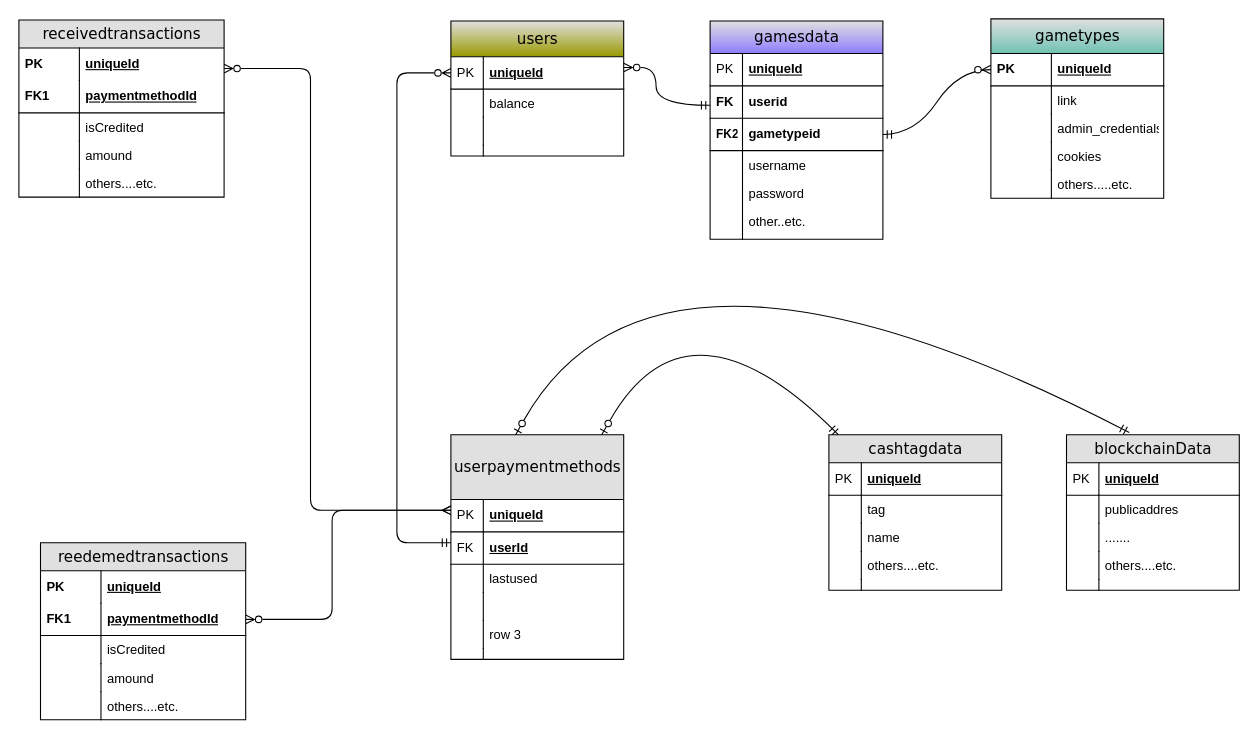
The draw.io diagram page "Page-1" (1 of 2) of Untitled Diagram.drawio in w0aw/diagrams, before the edit. Source tidied: cells renumbered, new cells numbered last; positions are measured from the earlier drawing's top-left corner, leaving out a move shared by most shapes. Both pictures are drawn from the tidied source at 108%, with x=0, y=0 at pixel (18, 18).
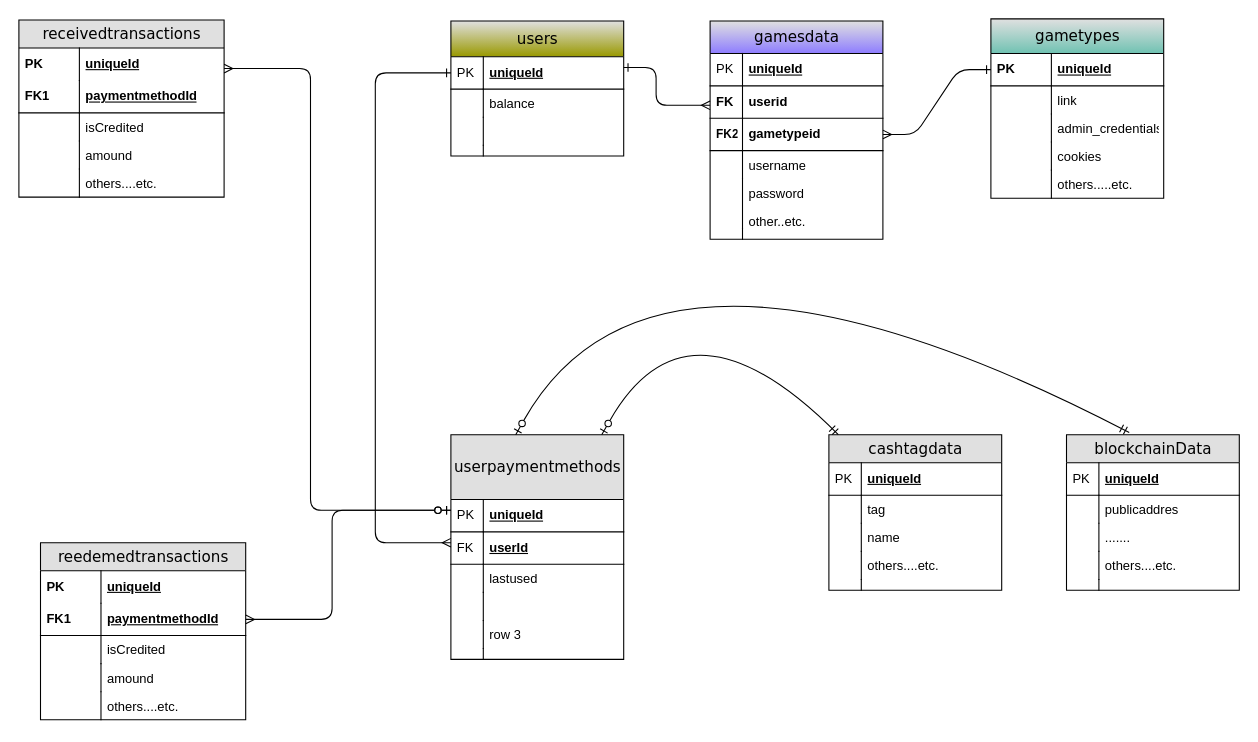
Above is the later version.

Unchanged cells that the change refers to:
```xml
<mxCell id="3" value="uniqueId" style="shape=partialRectangle;top=0;left=0;right=0;bottom=0;html=1;align=left;verticalAlign=middle;fillColor=none;spacingLeft=60;spacingRight=4;whiteSpace=wrap;overflow=hidden;points=[[0,0.5],[1,0.5]];portConstraint=eastwest;fontStyle=5;" parent="2" vertex="1">
  <mxGeometry y="26" width="190" height="30" as="geometry" />
</mxCell>
<mxCell id="13" value="users" style="swimlane;html=1;fontStyle=0;horizontal=1;startSize=33;fillColor=#e0e0e0;swimlaneFillColor=#ffffff;align=center;rounded=0;shadow=0;comic=0;labelBackgroundColor=none;strokeWidth=1;fontFamily=Verdana;fontSize=14;swimlaneLine=1;gradientColor=#999900;" parent="1" vertex="1">
  <mxGeometry x="400" y="2" width="160" height="125" as="geometry" />
</mxCell>
<mxCell id="14" value="uniqueId" style="shape=partialRectangle;top=0;left=0;right=0;bottom=1;html=1;align=left;verticalAlign=middle;fillColor=none;spacingLeft=34;spacingRight=4;whiteSpace=wrap;overflow=hidden;points=[[0,0.5],[1,0.5]];portConstraint=eastwest;fontStyle=5;" parent="13" vertex="1">
  <mxGeometry y="33" width="160" height="30" as="geometry" />
</mxCell>
<mxCell id="23" value="uniqueId" style="shape=partialRectangle;top=0;left=0;right=0;bottom=1;html=1;align=left;verticalAlign=middle;fillColor=none;spacingLeft=34;spacingRight=4;whiteSpace=wrap;overflow=hidden;points=[[0,0.5],[1,0.5]];portConstraint=eastwest;fontStyle=5;" parent="22" vertex="1">
  <mxGeometry y="60" width="160" height="30" as="geometry" />
</mxCell>
<mxCell id="25" value="userId" style="shape=partialRectangle;top=0;left=0;right=0;bottom=1;html=1;align=left;verticalAlign=middle;fillColor=none;spacingLeft=34;spacingRight=4;whiteSpace=wrap;overflow=hidden;points=[[0,0.5],[1,0.5]];portConstraint=eastwest;fontStyle=5;" parent="22" vertex="1">
  <mxGeometry y="90" width="160" height="30" as="geometry" />
</mxCell>
<mxCell id="38" value="userid" style="shape=partialRectangle;top=0;left=0;right=0;bottom=1;html=1;align=left;verticalAlign=middle;fillColor=none;spacingLeft=34;spacingRight=4;whiteSpace=wrap;overflow=hidden;points=[[0,0.5],[1,0.5]];portConstraint=eastwest;fontStyle=1;" parent="35" vertex="1">
  <mxGeometry y="60" width="160" height="30" as="geometry" />
</mxCell>
<mxCell id="40" value="gametypeid" style="shape=partialRectangle;top=0;left=0;right=0;bottom=1;html=1;align=left;verticalAlign=middle;fillColor=none;spacingLeft=34;spacingRight=4;whiteSpace=wrap;overflow=hidden;points=[[0,0.5],[1,0.5]];portConstraint=eastwest;fontStyle=1;" parent="35" vertex="1">
  <mxGeometry y="90" width="160" height="30" as="geometry" />
</mxCell>
<mxCell id="51" value="uniqueId" style="shape=partialRectangle;top=0;left=0;right=0;bottom=1;html=1;align=left;verticalAlign=middle;fillColor=none;spacingLeft=60;spacingRight=4;whiteSpace=wrap;overflow=hidden;points=[[0,0.5],[1,0.5]];portConstraint=eastwest;fontStyle=5;" parent="50" vertex="1">
  <mxGeometry y="32" width="160" height="30" as="geometry" />
</mxCell>
<mxCell id="79" value="paymentmethodId" style="shape=partialRectangle;top=0;left=0;right=0;bottom=1;html=1;align=left;verticalAlign=middle;fillColor=none;spacingLeft=60;spacingRight=4;whiteSpace=wrap;overflow=hidden;points=[[0,0.5],[1,0.5]];portConstraint=eastwest;fontStyle=5;" parent="76" vertex="1">
  <mxGeometry y="56" width="190" height="30" as="geometry" />
</mxCell>
```

Change to the diagram source:
```diff
@@
-    <mxCell id="61" style="edgeStyle=orthogonalEdgeStyle;html=1;endArrow=ERzeroToMany;startArrow=ERmany;labelBackgroundColor=none;fontFamily=Verdana;fontSize=14;endFill=0;" parent="1" edge="1" source="23" target="3">
+    <mxCell id="61" style="edgeStyle=orthogonalEdgeStyle;html=1;endArrow=ERmany;startArrow=ERzeroToOne;labelBackgroundColor=none;fontFamily=Verdana;fontSize=14;endFill=0;startFill=0;" parent="1" edge="1" source="23" target="3">
       <mxGeometry relative="1" as="geometry">
         <Array as="points">
           <mxPoint x="270" y="455" />
           <mxPoint x="270" y="46" />
         </Array>
       </mxGeometry>
     </mxCell>
-    <mxCell id="62" style="edgeStyle=orthogonalEdgeStyle;html=1;endArrow=ERzeroToMany;startArrow=ERmandOne;labelBackgroundColor=none;fontFamily=Verdana;fontSize=14;endFill=0;curved=1;" parent="1" edge="1" source="38" target="14">
+    <mxCell id="62" style="edgeStyle=orthogonalEdgeStyle;html=1;endArrow=ERone;startArrow=ERmany;labelBackgroundColor=none;fontFamily=Verdana;fontSize=14;endFill=0;rounded=1;startFill=0;" parent="1" edge="1" source="38" target="14">
       <mxGeometry relative="1" as="geometry">
         <Array as="points">
           <mxPoint x="590" y="80" />
           <mxPoint x="590" y="45" />
         </Array>
       </mxGeometry>
     </mxCell>
-    <mxCell id="63" style="edgeStyle=entityRelationEdgeStyle;html=1;endArrow=ERzeroToMany;startArrow=ERmandOne;labelBackgroundColor=none;fontFamily=Verdana;fontSize=14;startFill=0;curved=1;" parent="1" edge="1" source="40" target="51">
+    <mxCell id="63" style="edgeStyle=entityRelationEdgeStyle;html=1;endArrow=ERone;startArrow=ERmany;labelBackgroundColor=none;fontFamily=Verdana;fontSize=14;startFill=0;rounded=1;endFill=0;" parent="1" edge="1" source="40" target="51">
       <mxGeometry relative="1" as="geometry" />
     </mxCell>
@@
-    <mxCell id="75" style="edgeStyle=orthogonalEdgeStyle;html=1;endArrow=ERzeroToMany;startArrow=ERmandOne;labelBackgroundColor=none;fontFamily=Verdana;fontSize=14;endFill=0;" parent="1" edge="1" source="25" target="14">
+    <mxCell id="75" style="edgeStyle=orthogonalEdgeStyle;html=1;endArrow=ERone;startArrow=ERmany;labelBackgroundColor=none;fontFamily=Verdana;fontSize=14;endFill=0;startFill=0;" parent="1" edge="1" source="25" target="13">
       <mxGeometry relative="1" as="geometry">
         <Array as="points">
-          <mxPoint x="350" y="485" />
-          <mxPoint x="350" y="50" />
+          <mxPoint x="330" y="485" />
+          <mxPoint x="330" y="50" />
         </Array>
       </mxGeometry>
     </mxCell>
@@
-    <mxCell id="88" style="edgeStyle=orthogonalEdgeStyle;html=1;endArrow=ERzeroToMany;startArrow=ERmany;labelBackgroundColor=none;fontFamily=Verdana;fontSize=14;endFill=0;" parent="1" edge="1" source="23" target="79">
+    <mxCell id="88" style="edgeStyle=orthogonalEdgeStyle;html=1;endArrow=ERmany;startArrow=ERzeroToOne;labelBackgroundColor=none;fontFamily=Verdana;fontSize=14;endFill=0;startFill=0;" parent="1" edge="1" source="23" target="79">
       <mxGeometry relative="1" as="geometry">
         <Array as="points">
           <mxPoint x="290" y="455" />
           <mxPoint x="290" y="556" />
         </Array>
       </mxGeometry>
     </mxCell>
```
